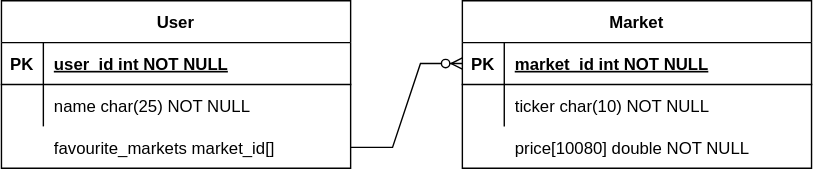
JB02S/onlyProfits keeps this draw.io diagram as diagrams/er.drawio.svg. Above is the earlier version. Source tidied: cells renumbered, new cells last; positions are measured from the earlier drawing's top-left corner, leaving out a move shared by most shapes.
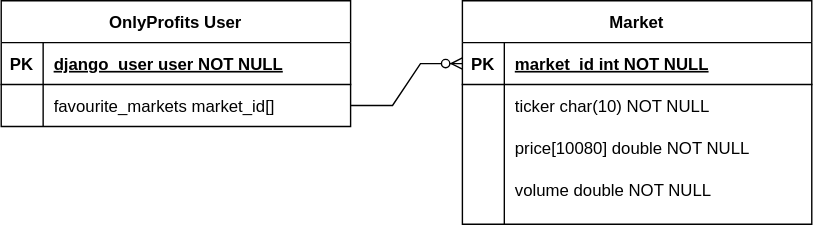
Above is the later version.

Change to the diagram source:
```diff
@@ -2,8 +2,8 @@
   <root>
     <mxCell id="0" />
     <mxCell id="1" parent="0" />
-    <mxCell id="2" value="User" style="shape=table;startSize=30;rowLines=0;fontStyle=1;align=center;" parent="1" vertex="1">
-      <mxGeometry width="250" height="120" as="geometry" />
+    <mxCell id="2" value="OnlyProfits User" style="shape=table;startSize=30;rowLines=0;fontStyle=1;align=center;" parent="1" vertex="1">
+      <mxGeometry width="250" height="90" as="geometry" />
     </mxCell>
     <mxCell id="3" style="shape=partialRectangle;fillColor=none;top=0;left=0;right=0;bottom=1;" parent="2" vertex="1">
       <mxGeometry y="30" width="250" height="30" as="geometry" />
@@ -11,7 +11,7 @@
     <mxCell id="4" value="PK" style="shape=partialRectangle;overflow=hidden;fillColor=none;top=0;left=0;bottom=0;right=0;fontStyle=1;" parent="3" vertex="1">
       <mxGeometry width="30" height="30" as="geometry" />
     </mxCell>
-    <mxCell id="5" value="user_id int NOT NULL " style="shape=partialRectangle;overflow=hidden;fillColor=none;top=0;left=0;bottom=0;right=0;align=left;spacingLeft=6;fontStyle=5;" parent="3" vertex="1">
+    <mxCell id="5" value="django_user user NOT NULL " style="shape=partialRectangle;overflow=hidden;fillColor=none;top=0;left=0;bottom=0;right=0;align=left;spacingLeft=6;fontStyle=5;" parent="3" vertex="1">
       <mxGeometry x="30" width="220" height="30" as="geometry" />
     </mxCell>
     <mxCell id="6" style="shape=partialRectangle;fillColor=none;top=0;left=0;right=0;bottom=0;" parent="2" vertex="1">
@@ -20,11 +20,11 @@
     <mxCell id="7" style="shape=partialRectangle;overflow=hidden;fillColor=none;top=0;left=0;bottom=0;right=0;" parent="6" vertex="1">
       <mxGeometry width="30" height="30" as="geometry" />
     </mxCell>
-    <mxCell id="8" value="name char(25) NOT NULL" style="shape=partialRectangle;overflow=hidden;fillColor=none;top=0;left=0;bottom=0;right=0;align=left;spacingLeft=6;" parent="6" vertex="1">
+    <mxCell id="8" style="shape=partialRectangle;overflow=hidden;fillColor=none;top=0;left=0;bottom=0;right=0;align=left;spacingLeft=6;" parent="6" vertex="1">
       <mxGeometry x="30" width="220" height="30" as="geometry" />
     </mxCell>
     <mxCell id="9" value="Market" style="shape=table;startSize=30;rowLines=0;fontStyle=1;align=center;" parent="1" vertex="1">
-      <mxGeometry x="330" width="250" height="120" as="geometry" />
+      <mxGeometry x="330" width="250" height="160" as="geometry" />
     </mxCell>
     <mxCell id="10" style="shape=partialRectangle;fillColor=none;points=[[0,0.5],[1,0.5]];portConstraint=eastwest;top=0;left=0;right=0;bottom=1;" parent="9" vertex="1">
       <mxGeometry y="30" width="250" height="30" as="geometry" />
@@ -44,8 +44,17 @@
     <mxCell id="15" value="ticker char(10) NOT NULL" style="shape=partialRectangle;overflow=hidden;fillColor=none;top=0;left=0;bottom=0;right=0;align=left;spacingLeft=6;" parent="13" vertex="1">
       <mxGeometry x="30" width="220" height="30" as="geometry" />
     </mxCell>
+    <mxCell id="22" style="shape=partialRectangle;fillColor=none;top=0;left=0;right=0;bottom=0;" parent="9" vertex="1">
+      <mxGeometry y="90" width="250" height="70" as="geometry" />
+    </mxCell>
+    <mxCell id="23" style="shape=partialRectangle;overflow=hidden;fillColor=none;top=0;left=0;bottom=0;right=0;" parent="22" vertex="1">
+      <mxGeometry width="30" height="70" as="geometry" />
+    </mxCell>
+    <mxCell id="24" style="shape=partialRectangle;overflow=hidden;fillColor=none;top=0;left=0;bottom=0;right=0;align=left;spacingLeft=6;" parent="22" vertex="1">
+      <mxGeometry x="30" width="220" height="70" as="geometry" />
+    </mxCell>
     <mxCell id="16" style="shape=partialRectangle;fillColor=none;points=[[0,0.5],[1,0.5]];portConstraint=eastwest;top=0;left=0;right=0;bottom=0;" parent="1" vertex="1">
-      <mxGeometry y="90" width="250" height="30" as="geometry" />
+      <mxGeometry y="60" width="250" height="30" as="geometry" />
     </mxCell>
     <mxCell id="17" style="shape=partialRectangle;overflow=hidden;fillColor=none;top=0;left=0;bottom=0;right=0;" parent="16" vertex="1">
       <mxGeometry width="30" height="30" as="geometry" />
@@ -54,7 +63,7 @@
       <mxGeometry x="30" width="220" height="30" as="geometry" />
     </mxCell>
     <mxCell id="19" style="shape=partialRectangle;overflow=hidden;fillColor=none;top=0;left=0;bottom=0;right=0;" parent="1" vertex="1">
-      <mxGeometry y="90" width="30" height="30" as="geometry" />
+      <mxGeometry y="120" width="30" height="30" as="geometry" />
     </mxCell>
     <mxCell id="20" style="edgeStyle=entityRelationEdgeStyle;fontSize=12;html=1;endArrow=ERzeroToMany;endFill=1;rounded=0;exitX=1;exitY=0.5;exitDx=0;exitDy=0;entryX=0;entryY=0.5;entryDx=0;entryDy=0;" parent="1" edge="1" source="16" target="10">
       <mxGeometry relative="1" as="geometry" />
@@ -62,5 +71,8 @@
     <mxCell id="21" value="price[10080] double NOT NULL" style="shape=partialRectangle;overflow=hidden;fillColor=none;top=0;left=0;bottom=0;right=0;align=left;spacingLeft=6;" parent="1" vertex="1">
       <mxGeometry x="360" y="90" width="220" height="30" as="geometry" />
     </mxCell>
+    <mxCell id="25" value="volume double NOT NULL" style="shape=partialRectangle;overflow=hidden;fillColor=none;top=0;left=0;bottom=0;right=0;align=left;spacingLeft=6;" parent="1" vertex="1">
+      <mxGeometry x="360" y="120" width="220" height="30" as="geometry" />
+    </mxCell>
   </root>
 </mxGraphModel>
```
